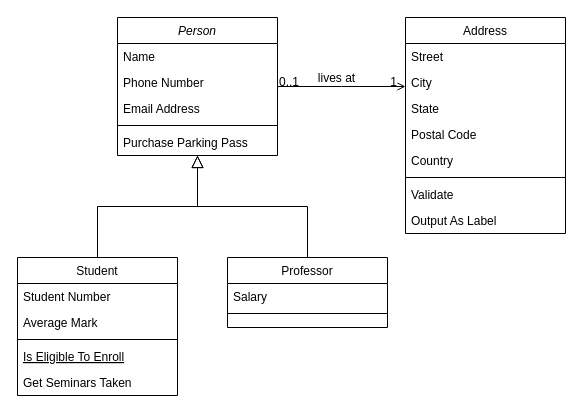
JoernWVSG/diagram keeps this draw.io diagram as q11-liste-tso.drawio. Above is the earlier version. Source tidied: cells renumbered, new cells numbered last; positions are measured from the earlier drawing's top-left corner, leaving out a move shared by most shapes. Both pictures are drawn from the tidied source at 100%, with x=0, y=0 at pixel (17, 17).
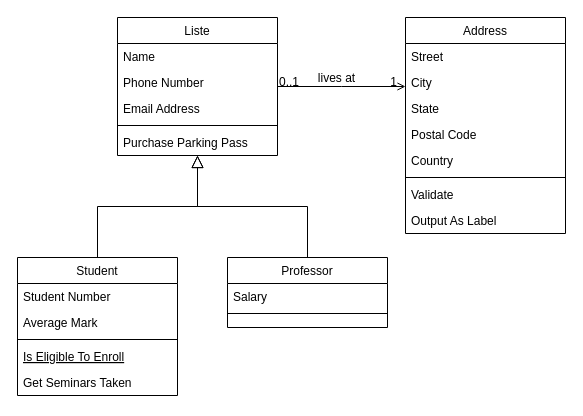
Above is the later version.

Diff of the diagram source:
```diff
@@
-    <mxCell id="2" value="Person" style="swimlane;fontStyle=2;align=center;verticalAlign=top;horizontal=1;startSize=26;rounded=0;shadow=0;strokeWidth=1;" parent="1" vertex="1">
+    <mxCell id="2" value="Liste" style="swimlane;fontStyle=0;align=center;verticalAlign=top;horizontal=1;startSize=26;rounded=0;shadow=0;strokeWidth=1;" parent="1" vertex="1">
       <mxGeometry x="100" width="160" height="138" as="geometry" />
     </mxCell>
```
